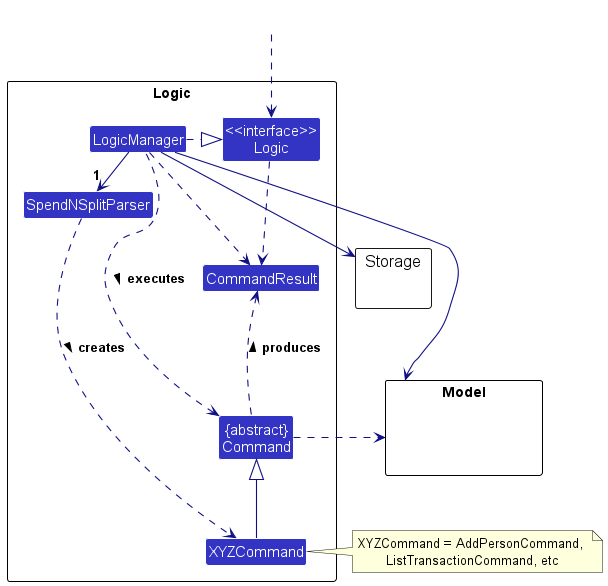
Before: docs/images/LogicClassDiagram.png, a diagram exported from PlantUML (jeffrey-jian/tp).
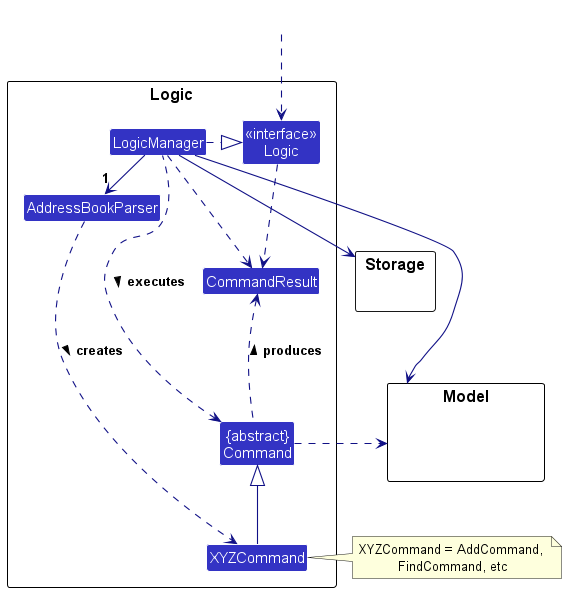
Above is the later version.

Change to the diagram source:
```diff
@@ -6,7 +6,7 @@
 
 package Logic as LogicPackage {
 
-Class SpendNSplitParser
+Class AddressBookParser
 Class XYZCommand
 Class CommandResult
 Class "{abstract}\nCommand" as Command
@@ -27,8 +27,8 @@
 HiddenOutside ..> Logic
 
 LogicManager .right.|> Logic
-LogicManager -right->"1" SpendNSplitParser
-SpendNSplitParser ..> XYZCommand : creates >
+LogicManager -right->"1" AddressBookParser
+AddressBookParser ..> XYZCommand : creates >
 
 XYZCommand -up-|> Command
 LogicManager .left.> Command : executes >
@@ -38,7 +38,7 @@
 Storage --[hidden] Model
 Command .[hidden]up.> Storage
 Command .right.> Model
-note right of XYZCommand: XYZCommand = AddPersonCommand, \nListTransactionCommand, etc
+note right of XYZCommand: XYZCommand = AddCommand, \nFindCommand, etc
 
 Logic ..> CommandResult
 LogicManager .down.> CommandResult
```
